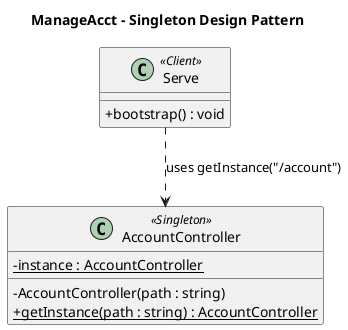
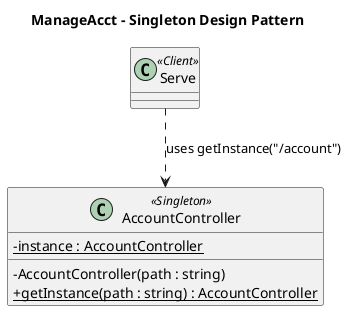
@startuml
skinparam classAttributeIconSize 0

title ManageAcct - Singleton Design Pattern

- class Serve <<Client>> {
-   +bootstrap() : void
- }
+ class Serve <<Client>>

class AccountController <<Singleton>> {
  -{static} instance : AccountController
  -AccountController(path : string)
  +{static} getInstance(path : string) : AccountController
}

Serve ..> AccountController : uses getInstance("/account")

@enduml
